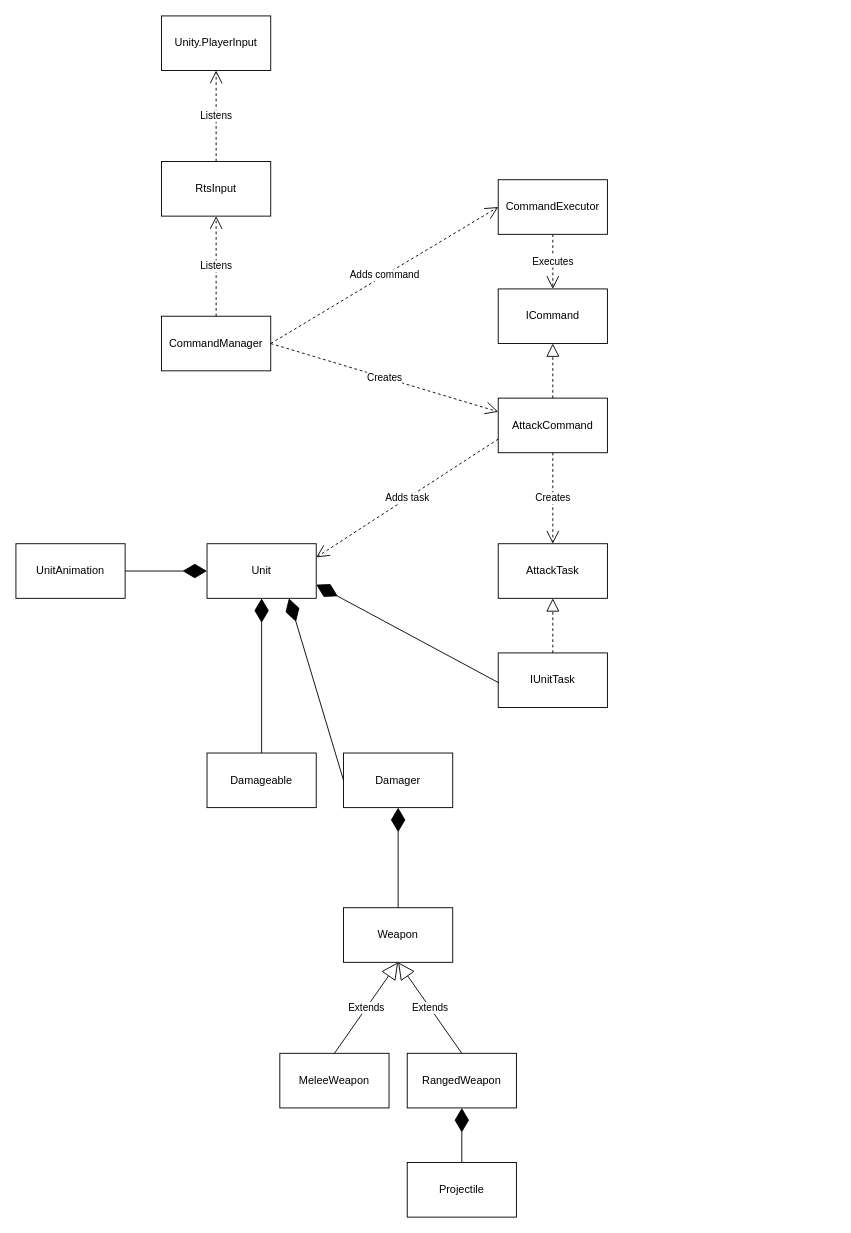
Earlier version of the draw.io diagram Documentation/rts.drawio (anvemaha/rts-game). Source tidied: cells renumbered, new cells numbered last; positions are measured from the earlier drawing's top-left corner, leaving out a move shared by most shapes. Both pictures are drawn from the tidied source at 91%, with x=0, y=0 at pixel (15, 15).
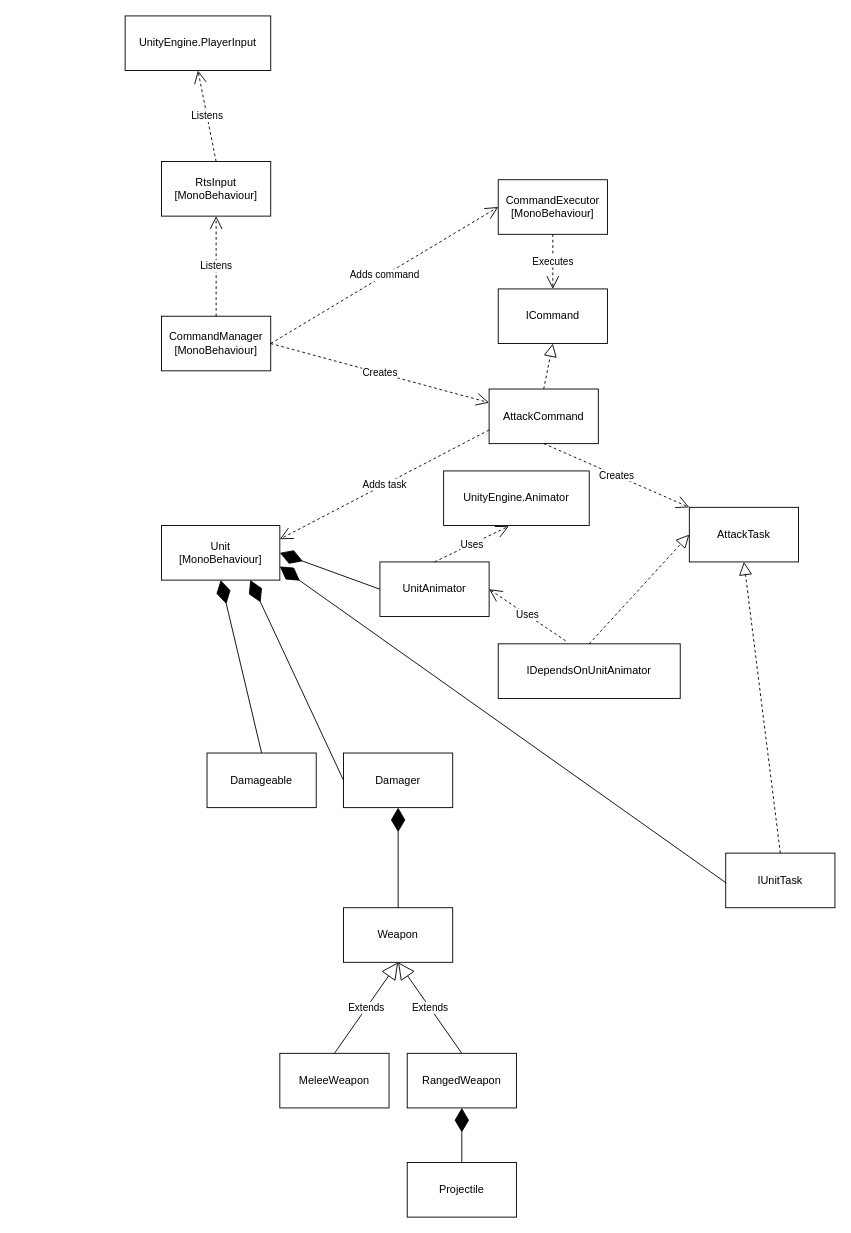
After the change.

Diff of the diagram source:
```diff
@@
-    <mxCell id="4" value="Unit" style="rounded=0;whiteSpace=wrap;html=1;" parent="1" vertex="1">
-      <mxGeometry x="210" y="580" width="120" height="60" as="geometry" />
+    <mxCell id="4" value="Unit&lt;br&gt;[MonoBehaviour]" style="rounded=0;whiteSpace=wrap;html=1;" parent="1" vertex="1">
+      <mxGeometry x="160" y="560" width="130" height="60" as="geometry" />
     </mxCell>
@@
-    <mxCell id="15" value="CommandExecutor" style="rounded=0;whiteSpace=wrap;html=1;" parent="1" vertex="1">
+    <mxCell id="15" value="CommandExecutor&lt;br&gt;[MonoBehaviour]" style="rounded=0;whiteSpace=wrap;html=1;" parent="1" vertex="1">
       <mxGeometry x="530" y="180" width="120" height="60" as="geometry" />
     </mxCell>
-    <mxCell id="16" value="CommandManager" style="rounded=0;whiteSpace=wrap;html=1;" parent="1" vertex="1">
+    <mxCell id="16" value="CommandManager&lt;br&gt;[MonoBehaviour]" style="rounded=0;whiteSpace=wrap;html=1;" parent="1" vertex="1">
       <mxGeometry x="160" y="330" width="120" height="60" as="geometry" />
     </mxCell>
@@
     <mxCell id="18" value="AttackCommand" style="rounded=0;whiteSpace=wrap;html=1;" parent="1" vertex="1">
-      <mxGeometry x="530" y="420" width="120" height="60" as="geometry" />
+      <mxGeometry x="520" y="410" width="120" height="60" as="geometry" />
     </mxCell>
@@
-    <mxCell id="23" value="RtsInput&lt;br&gt;" style="rounded=0;whiteSpace=wrap;html=1;" parent="1" vertex="1">
+    <mxCell id="23" value="RtsInput&lt;br&gt;[MonoBehaviour]" style="rounded=0;whiteSpace=wrap;html=1;" parent="1" vertex="1">
       <mxGeometry x="160" y="160" width="120" height="60" as="geometry" />
     </mxCell>
@@
-    <mxCell id="25" value="Unity.PlayerInput" style="rounded=0;whiteSpace=wrap;html=1;" parent="1" vertex="1">
-      <mxGeometry x="160" width="120" height="60" as="geometry" />
+    <mxCell id="25" value="UnityEngine.PlayerInput" style="rounded=0;whiteSpace=wrap;html=1;" parent="1" vertex="1">
+      <mxGeometry x="120" width="160" height="60" as="geometry" />
     </mxCell>
@@
-    <mxCell id="27" value="Creates" style="endArrow=open;endSize=12;dashed=1;html=1;strokeColor=#000000;exitX=0.5;exitY=1;exitDx=0;exitDy=0;entryX=0.5;entryY=0;entryDx=0;entryDy=0;" parent="1" edge="1" source="18" target="28">
+    <mxCell id="27" value="Creates" style="endArrow=open;endSize=12;dashed=1;html=1;strokeColor=#000000;exitX=0.5;exitY=1;exitDx=0;exitDy=0;entryX=0;entryY=0;entryDx=0;entryDy=0;" parent="1" edge="1" source="18" target="28">
       <mxGeometry relative="1" as="geometry" />
     </mxCell>
     <mxCell id="28" value="AttackTask" style="rounded=0;whiteSpace=wrap;html=1;" parent="1" vertex="1">
-      <mxGeometry x="530" y="580" width="120" height="60" as="geometry" />
+      <mxGeometry x="740" y="540" width="120" height="60" as="geometry" />
     </mxCell>
@@
     <mxCell id="30" value="IUnitTask" style="rounded=0;whiteSpace=wrap;html=1;" parent="1" vertex="1">
-      <mxGeometry x="530" y="700" width="120" height="60" as="geometry" />
+      <mxGeometry x="780" y="920" width="120" height="60" as="geometry" />
     </mxCell>
@@
-    <mxCell id="33" value="UnitAnimation" style="rounded=0;whiteSpace=wrap;html=1;" parent="1" vertex="1">
-      <mxGeometry y="580" width="120" height="60" as="geometry" />
+    <mxCell id="33" value="UnitAnimator" style="rounded=0;whiteSpace=wrap;html=1;" parent="1" vertex="1">
+      <mxGeometry x="400" y="600" width="120" height="60" as="geometry" />
     </mxCell>
-    <mxCell id="34" style="endArrow=diamondThin;endFill=1;endSize=24;html=1;entryX=0;entryY=0.5;entryDx=0;entryDy=0;exitX=1;exitY=0.5;exitDx=0;exitDy=0;" parent="1" edge="1" source="33" target="4">
+    <mxCell id="34" style="endArrow=diamondThin;endFill=1;endSize=24;html=1;exitX=0;exitY=0.5;exitDx=0;exitDy=0;entryX=1;entryY=0.5;entryDx=0;entryDy=0;" parent="1" edge="1" source="33" target="4">
       <mxGeometry relative="1" as="geometry" />
     </mxCell>
+    <mxCell id="35" value="IDependsOnUnitAnimator" style="rounded=0;whiteSpace=wrap;html=1;" parent="1" vertex="1">
+      <mxGeometry x="530" y="690" width="200" height="60" as="geometry" />
+    </mxCell>
+    <mxCell id="36" style="endArrow=block;dashed=1;endFill=0;endSize=12;html=1;strokeColor=#000000;exitX=0.5;exitY=0;exitDx=0;exitDy=0;entryX=0;entryY=0.5;entryDx=0;entryDy=0;" parent="1" edge="1" source="35" target="28">
+      <mxGeometry relative="1" as="geometry" />
+    </mxCell>
+    <mxCell id="37" value="Uses" style="endArrow=open;endSize=12;dashed=1;html=1;entryX=1;entryY=0.5;entryDx=0;entryDy=0;exitX=0.37;exitY=-0.056;exitDx=0;exitDy=0;exitPerimeter=0;" parent="1" edge="1" source="35" target="33">
+      <mxGeometry relative="1" as="geometry" />
+    </mxCell>
+    <mxCell id="38" value="UnityEngine.Animator" style="rounded=0;whiteSpace=wrap;html=1;" parent="1" vertex="1">
+      <mxGeometry x="470" y="500" width="160" height="60" as="geometry" />
+    </mxCell>
+    <mxCell id="39" value="Uses" style="endArrow=open;endSize=12;dashed=1;html=1;strokeColor=#000000;entryX=0.448;entryY=1.013;entryDx=0;entryDy=0;exitX=0.5;exitY=0;exitDx=0;exitDy=0;entryPerimeter=0;" parent="1" edge="1" source="33" target="38">
+      <mxGeometry relative="1" as="geometry" />
+    </mxCell>
```
